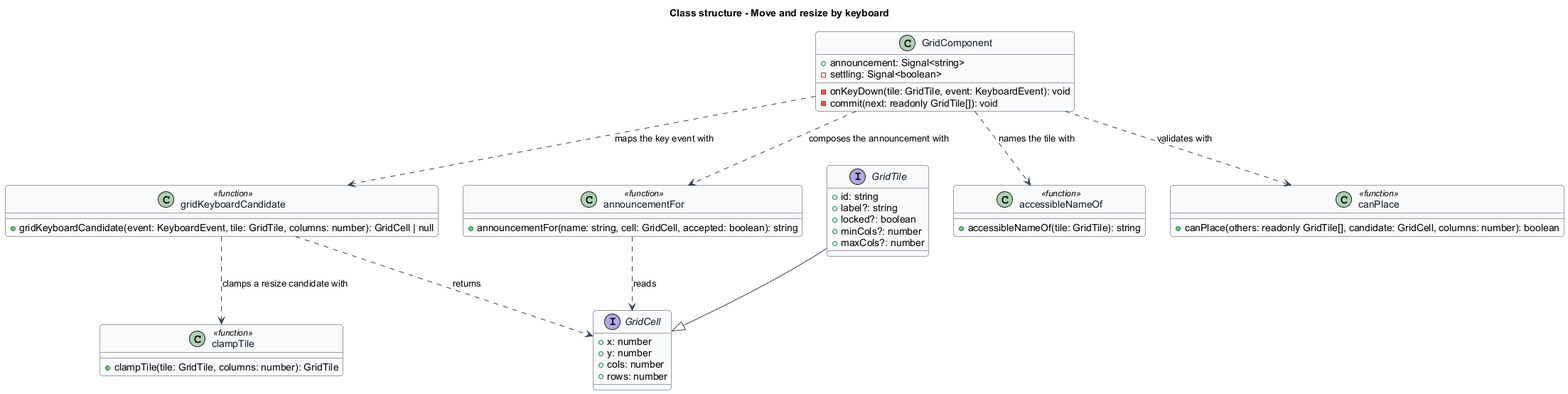
Earlier version of the PlantUML export docs/detailed-designs/tile-interaction/move-and-resize-by-keyboard/diagrams/class-structure.png (QuinntyneBrown/qbc-grid). Source of this version:
```plantuml
@startuml
skinparam backgroundColor #FFFFFF
skinparam shadowing false
skinparam roundcorner 8
skinparam defaultFontName Arial
skinparam ArrowColor #344054
skinparam class {
  BorderColor #344054
  FontColor #101828
  BackgroundColor #F9FAFB
}
title Class structure - Move and resize by keyboard

interface GridCell {
  +x: number
  +y: number
  +cols: number
  +rows: number
}

interface GridTile {
  +id: string
  +label?: string
  +locked?: boolean
  +minCols?: number
  +maxCols?: number
}

class GridComponent {
  +announcement: Signal<string>
  -settling: Signal<boolean>
  -onKeyDown(tile: GridTile, event: KeyboardEvent): void
  -commit(next: readonly GridTile[]): void
}

class gridKeyboardCandidate <<function>> {
  +gridKeyboardCandidate(event: KeyboardEvent, tile: GridTile, columns: number): GridCell | null
}

class accessibleNameOf <<function>> {
  +accessibleNameOf(tile: GridTile): string
}

class announcementFor <<function>> {
  +announcementFor(name: string, cell: GridCell, accepted: boolean): string
}

class clampTile <<function>> {
  +clampTile(tile: GridTile, columns: number): GridTile
}

class canPlace <<function>> {
  +canPlace(others: readonly GridTile[], candidate: GridCell, columns: number): boolean
}

GridTile --|> GridCell
GridComponent ..> gridKeyboardCandidate : maps the key event with
GridComponent ..> canPlace : validates with
GridComponent ..> accessibleNameOf : names the tile with
GridComponent ..> announcementFor : composes the announcement with
gridKeyboardCandidate ..> clampTile : clamps a resize candidate with
gridKeyboardCandidate ..> GridCell : returns
announcementFor ..> GridCell : reads
@enduml
```
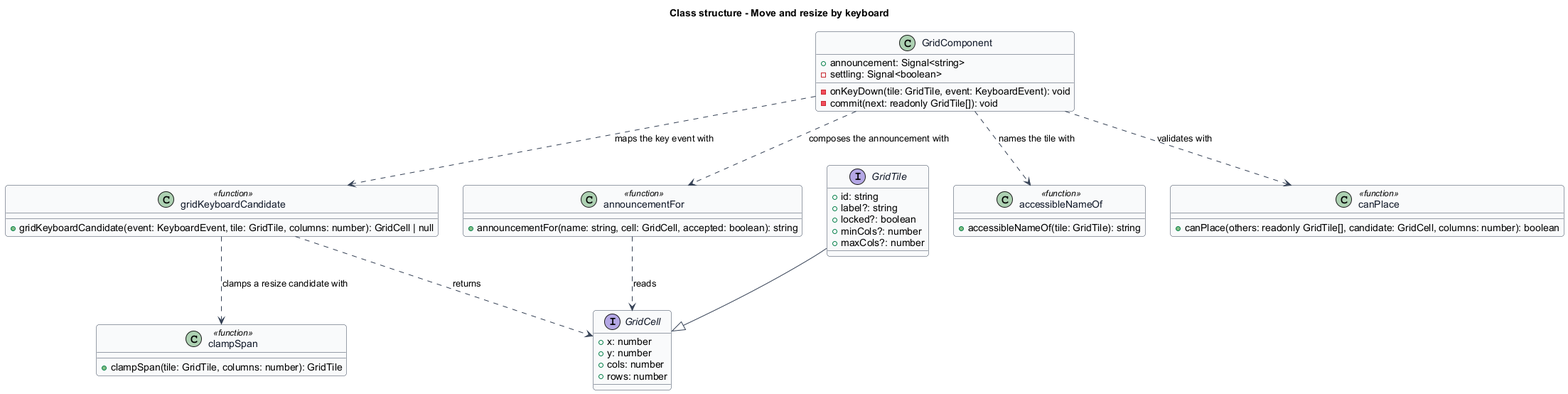
After the change.

Change to the diagram source:
```diff
@@ -45,8 +45,8 @@
   +announcementFor(name: string, cell: GridCell, accepted: boolean): string
 }
 
-class clampTile <<function>> {
-  +clampTile(tile: GridTile, columns: number): GridTile
+class clampSpan <<function>> {
+  +clampSpan(tile: GridTile, columns: number): GridTile
 }
 
 class canPlace <<function>> {
@@ -58,7 +58,7 @@
 GridComponent ..> canPlace : validates with
 GridComponent ..> accessibleNameOf : names the tile with
 GridComponent ..> announcementFor : composes the announcement with
-gridKeyboardCandidate ..> clampTile : clamps a resize candidate with
+gridKeyboardCandidate ..> clampSpan : clamps a resize candidate with
 gridKeyboardCandidate ..> GridCell : returns
 announcementFor ..> GridCell : reads
 @enduml
```
